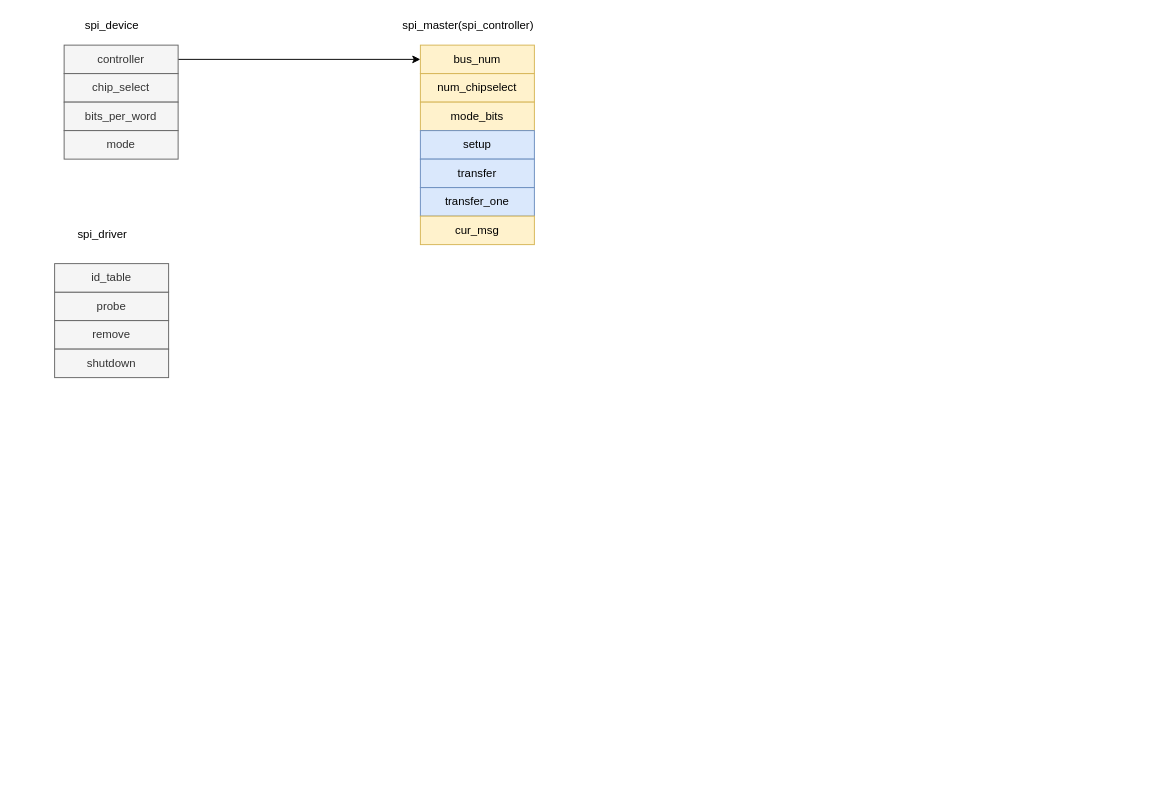
thomas-coding/drawio keeps this draw.io diagram as page "spi" (6 of 6) of virt.drawio. Above is the earlier version. Source tidied: cells renumbered, new cells numbered last; positions are measured from the earlier drawing's top-left corner, leaving out a move shared by most shapes. Both pictures are drawn from the tidied source at 95%, with x=0, y=0 at pixel (54, 16).
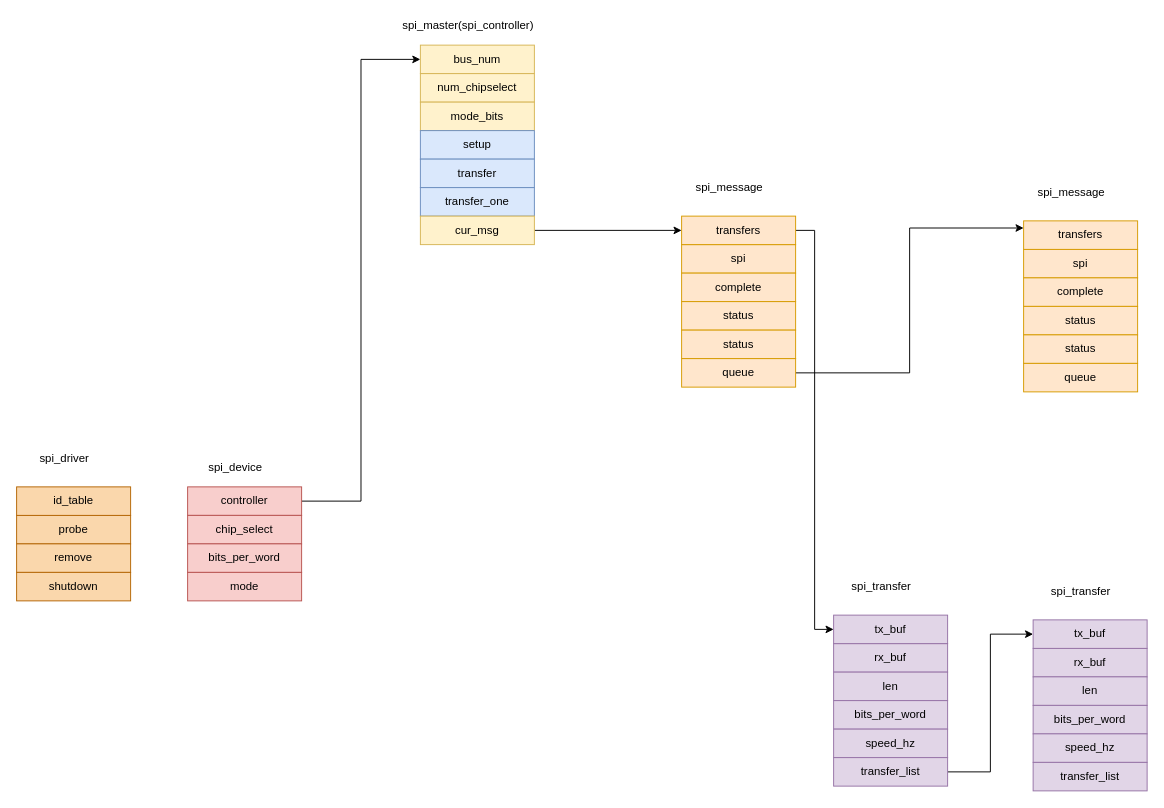
The same diagram, later.

The change refers to these unchanged cells:
```xml
<mxCell id="9" value="cur_msg" style="rounded=0;whiteSpace=wrap;html=1;fillColor=#fff2cc;strokeColor=#d6b656;" parent="1" vertex="1">
  <mxGeometry x="385" y="210" width="120" height="30" as="geometry" />
</mxCell>
```

The edit, as a diff of the source:
```diff
@@
+    <mxCell id="21" style="edgeStyle=orthogonalEdgeStyle;rounded=0;jettySize=auto;html=1;entryX=0;entryY=0.5;entryDx=0;entryDy=0;" parent="1" edge="1" source="9" target="27">
+      <mxGeometry relative="1" as="geometry" />
+    </mxCell>
@@
     <mxCell id="10" value="spi_device" style="text;html=1;align=center;verticalAlign=middle;strokeColor=none;fillColor=none;" parent="1" vertex="1">
-      <mxGeometry x="25" width="70" height="20" as="geometry" />
+      <mxGeometry x="155" y="465" width="70" height="20" as="geometry" />
     </mxCell>
@@
-    <mxCell id="12" value="controller" style="rounded=0;whiteSpace=wrap;html=1;fillColor=#f5f5f5;strokeColor=#666666;fontColor=#333333;" parent="1" vertex="1">
-      <mxGeometry x="10" y="30" width="120" height="30" as="geometry" />
+    <mxCell id="12" value="controller" style="rounded=0;whiteSpace=wrap;html=1;fillColor=#f8cecc;strokeColor=#b85450;" parent="1" vertex="1">
+      <mxGeometry x="140" y="495" width="120" height="30" as="geometry" />
     </mxCell>
-    <mxCell id="13" value="chip_select" style="rounded=0;whiteSpace=wrap;html=1;fillColor=#f5f5f5;strokeColor=#666666;fontColor=#333333;" parent="1" vertex="1">
-      <mxGeometry x="10" y="60" width="120" height="30" as="geometry" />
+    <mxCell id="13" value="chip_select" style="rounded=0;whiteSpace=wrap;html=1;fillColor=#f8cecc;strokeColor=#b85450;" parent="1" vertex="1">
+      <mxGeometry x="140" y="525" width="120" height="30" as="geometry" />
     </mxCell>
-    <mxCell id="14" value="bits_per_word" style="rounded=0;whiteSpace=wrap;html=1;fillColor=#f5f5f5;strokeColor=#666666;fontColor=#333333;" parent="1" vertex="1">
-      <mxGeometry x="10" y="90" width="120" height="30" as="geometry" />
+    <mxCell id="14" value="bits_per_word" style="rounded=0;whiteSpace=wrap;html=1;fillColor=#f8cecc;strokeColor=#b85450;" parent="1" vertex="1">
+      <mxGeometry x="140" y="555" width="120" height="30" as="geometry" />
     </mxCell>
-    <mxCell id="15" value="mode" style="rounded=0;whiteSpace=wrap;html=1;fillColor=#f5f5f5;strokeColor=#666666;fontColor=#333333;" parent="1" vertex="1">
-      <mxGeometry x="10" y="120" width="120" height="30" as="geometry" />
+    <mxCell id="15" value="mode" style="rounded=0;whiteSpace=wrap;html=1;fillColor=#f8cecc;strokeColor=#b85450;" parent="1" vertex="1">
+      <mxGeometry x="140" y="585" width="120" height="30" as="geometry" />
     </mxCell>
     <mxCell id="16" value="spi_driver" style="text;html=1;align=center;verticalAlign=middle;strokeColor=none;fillColor=none;" parent="1" vertex="1">
-      <mxGeometry x="15" y="220" width="70" height="20" as="geometry" />
+      <mxGeometry x="-25" y="455" width="70" height="20" as="geometry" />
     </mxCell>
-    <mxCell id="17" value="probe" style="rounded=0;whiteSpace=wrap;html=1;fillColor=#f5f5f5;strokeColor=#666666;fontColor=#333333;" parent="1" vertex="1">
-      <mxGeometry y="290" width="120" height="30" as="geometry" />
+    <mxCell id="17" value="probe" style="rounded=0;whiteSpace=wrap;html=1;fillColor=#fad7ac;strokeColor=#b46504;" parent="1" vertex="1">
+      <mxGeometry x="-40" y="525" width="120" height="30" as="geometry" />
     </mxCell>
-    <mxCell id="18" value="remove" style="rounded=0;whiteSpace=wrap;html=1;fillColor=#f5f5f5;strokeColor=#666666;fontColor=#333333;" parent="1" vertex="1">
-      <mxGeometry y="320" width="120" height="30" as="geometry" />
+    <mxCell id="18" value="remove" style="rounded=0;whiteSpace=wrap;html=1;fillColor=#fad7ac;strokeColor=#b46504;" parent="1" vertex="1">
+      <mxGeometry x="-40" y="555" width="120" height="30" as="geometry" />
     </mxCell>
-    <mxCell id="19" value="shutdown" style="rounded=0;whiteSpace=wrap;html=1;fillColor=#f5f5f5;strokeColor=#666666;fontColor=#333333;" parent="1" vertex="1">
-      <mxGeometry y="350" width="120" height="30" as="geometry" />
+    <mxCell id="19" value="shutdown" style="rounded=0;whiteSpace=wrap;html=1;fillColor=#fad7ac;strokeColor=#b46504;" parent="1" vertex="1">
+      <mxGeometry x="-40" y="585" width="120" height="30" as="geometry" />
     </mxCell>
-    <mxCell id="20" value="id_table" style="rounded=0;whiteSpace=wrap;html=1;fillColor=#f5f5f5;strokeColor=#666666;fontColor=#333333;" parent="1" vertex="1">
-      <mxGeometry y="260" width="120" height="30" as="geometry" />
+    <mxCell id="20" value="id_table" style="rounded=0;whiteSpace=wrap;html=1;fillColor=#fad7ac;strokeColor=#b46504;" parent="1" vertex="1">
+      <mxGeometry x="-40" y="495" width="120" height="30" as="geometry" />
     </mxCell>
+    <mxCell id="22" value="spi_message" style="text;html=1;align=center;verticalAlign=middle;strokeColor=none;fillColor=none;" parent="1" vertex="1">
+      <mxGeometry x="665" y="170" width="90" height="20" as="geometry" />
+    </mxCell>
+    <mxCell id="23" value="spi" style="rounded=0;whiteSpace=wrap;html=1;fillColor=#ffe6cc;strokeColor=#d79b00;" parent="1" vertex="1">
+      <mxGeometry x="660" y="240" width="120" height="30" as="geometry" />
+    </mxCell>
+    <mxCell id="24" value="complete" style="rounded=0;whiteSpace=wrap;html=1;fillColor=#ffe6cc;strokeColor=#d79b00;" parent="1" vertex="1">
+      <mxGeometry x="660" y="270" width="120" height="30" as="geometry" />
+    </mxCell>
+    <mxCell id="25" value="status" style="rounded=0;whiteSpace=wrap;html=1;fillColor=#ffe6cc;strokeColor=#d79b00;" parent="1" vertex="1">
+      <mxGeometry x="660" y="300" width="120" height="30" as="geometry" />
+    </mxCell>
+    <mxCell id="26" style="edgeStyle=orthogonalEdgeStyle;rounded=0;jettySize=auto;html=1;entryX=0;entryY=0.5;entryDx=0;entryDy=0;" parent="1" edge="1" source="27" target="32">
+      <mxGeometry relative="1" as="geometry" />
+    </mxCell>
+    <mxCell id="27" value="transfers" style="rounded=0;whiteSpace=wrap;html=1;fillColor=#ffe6cc;strokeColor=#d79b00;" parent="1" vertex="1">
+      <mxGeometry x="660" y="210" width="120" height="30" as="geometry" />
+    </mxCell>
+    <mxCell id="28" value="spi_transfer" style="text;html=1;align=center;verticalAlign=middle;strokeColor=none;fillColor=none;" parent="1" vertex="1">
+      <mxGeometry x="830" y="590" width="80" height="20" as="geometry" />
+    </mxCell>
+    <mxCell id="29" value="rx_buf" style="rounded=0;whiteSpace=wrap;html=1;fillColor=#e1d5e7;strokeColor=#9673a6;" parent="1" vertex="1">
+      <mxGeometry x="820" y="660" width="120" height="30" as="geometry" />
+    </mxCell>
+    <mxCell id="30" value="len" style="rounded=0;whiteSpace=wrap;html=1;fillColor=#e1d5e7;strokeColor=#9673a6;" parent="1" vertex="1">
+      <mxGeometry x="820" y="690" width="120" height="30" as="geometry" />
+    </mxCell>
+    <mxCell id="31" value="bits_per_word" style="rounded=0;whiteSpace=wrap;html=1;fillColor=#e1d5e7;strokeColor=#9673a6;" parent="1" vertex="1">
+      <mxGeometry x="820" y="720" width="120" height="30" as="geometry" />
+    </mxCell>
+    <mxCell id="32" value="tx_buf" style="rounded=0;whiteSpace=wrap;html=1;fillColor=#e1d5e7;strokeColor=#9673a6;" parent="1" vertex="1">
+      <mxGeometry x="820" y="630" width="120" height="30" as="geometry" />
+    </mxCell>
+    <mxCell id="33" value="speed_hz" style="rounded=0;whiteSpace=wrap;html=1;fillColor=#e1d5e7;strokeColor=#9673a6;" parent="1" vertex="1">
+      <mxGeometry x="820" y="750" width="120" height="30" as="geometry" />
+    </mxCell>
+    <mxCell id="34" value="status" style="rounded=0;whiteSpace=wrap;html=1;fillColor=#ffe6cc;strokeColor=#d79b00;" parent="1" vertex="1">
+      <mxGeometry x="660" y="330" width="120" height="30" as="geometry" />
+    </mxCell>
+    <mxCell id="35" style="edgeStyle=orthogonalEdgeStyle;rounded=0;jettySize=auto;html=1;entryX=0;entryY=0.25;entryDx=0;entryDy=0;" parent="1" edge="1" source="36" target="41">
+      <mxGeometry relative="1" as="geometry" />
+    </mxCell>
+    <mxCell id="36" value="queue" style="rounded=0;whiteSpace=wrap;html=1;fillColor=#ffe6cc;strokeColor=#d79b00;" parent="1" vertex="1">
+      <mxGeometry x="660" y="360" width="120" height="30" as="geometry" />
+    </mxCell>
+    <mxCell id="37" value="spi_message" style="text;html=1;align=center;verticalAlign=middle;strokeColor=none;fillColor=none;" parent="1" vertex="1">
+      <mxGeometry x="1025" y="175" width="90" height="20" as="geometry" />
+    </mxCell>
+    <mxCell id="38" value="spi" style="rounded=0;whiteSpace=wrap;html=1;fillColor=#ffe6cc;strokeColor=#d79b00;" parent="1" vertex="1">
+      <mxGeometry x="1020" y="245" width="120" height="30" as="geometry" />
+    </mxCell>
+    <mxCell id="39" value="complete" style="rounded=0;whiteSpace=wrap;html=1;fillColor=#ffe6cc;strokeColor=#d79b00;" parent="1" vertex="1">
+      <mxGeometry x="1020" y="275" width="120" height="30" as="geometry" />
+    </mxCell>
+    <mxCell id="40" value="status" style="rounded=0;whiteSpace=wrap;html=1;fillColor=#ffe6cc;strokeColor=#d79b00;" parent="1" vertex="1">
+      <mxGeometry x="1020" y="305" width="120" height="30" as="geometry" />
+    </mxCell>
+    <mxCell id="41" value="transfers" style="rounded=0;whiteSpace=wrap;html=1;fillColor=#ffe6cc;strokeColor=#d79b00;" parent="1" vertex="1">
+      <mxGeometry x="1020" y="215" width="120" height="30" as="geometry" />
+    </mxCell>
+    <mxCell id="42" value="status" style="rounded=0;whiteSpace=wrap;html=1;fillColor=#ffe6cc;strokeColor=#d79b00;" parent="1" vertex="1">
+      <mxGeometry x="1020" y="335" width="120" height="30" as="geometry" />
+    </mxCell>
+    <mxCell id="43" value="queue" style="rounded=0;whiteSpace=wrap;html=1;fillColor=#ffe6cc;strokeColor=#d79b00;" parent="1" vertex="1">
+      <mxGeometry x="1020" y="365" width="120" height="30" as="geometry" />
+    </mxCell>
+    <mxCell id="44" style="edgeStyle=orthogonalEdgeStyle;rounded=0;jettySize=auto;html=1;entryX=0;entryY=0.5;entryDx=0;entryDy=0;" parent="1" edge="1" source="45" target="50">
+      <mxGeometry relative="1" as="geometry" />
+    </mxCell>
+    <mxCell id="45" value="transfer_list" style="rounded=0;whiteSpace=wrap;html=1;fillColor=#e1d5e7;strokeColor=#9673a6;" parent="1" vertex="1">
+      <mxGeometry x="820" y="780" width="120" height="30" as="geometry" />
+    </mxCell>
+    <mxCell id="46" value="spi_transfer" style="text;html=1;align=center;verticalAlign=middle;strokeColor=none;fillColor=none;" parent="1" vertex="1">
+      <mxGeometry x="1040" y="595" width="80" height="20" as="geometry" />
+    </mxCell>
+    <mxCell id="47" value="rx_buf" style="rounded=0;whiteSpace=wrap;html=1;fillColor=#e1d5e7;strokeColor=#9673a6;" parent="1" vertex="1">
+      <mxGeometry x="1030" y="665" width="120" height="30" as="geometry" />
+    </mxCell>
+    <mxCell id="48" value="len" style="rounded=0;whiteSpace=wrap;html=1;fillColor=#e1d5e7;strokeColor=#9673a6;" parent="1" vertex="1">
+      <mxGeometry x="1030" y="695" width="120" height="30" as="geometry" />
+    </mxCell>
+    <mxCell id="49" value="bits_per_word" style="rounded=0;whiteSpace=wrap;html=1;fillColor=#e1d5e7;strokeColor=#9673a6;" parent="1" vertex="1">
+      <mxGeometry x="1030" y="725" width="120" height="30" as="geometry" />
+    </mxCell>
+    <mxCell id="50" value="tx_buf" style="rounded=0;whiteSpace=wrap;html=1;fillColor=#e1d5e7;strokeColor=#9673a6;" parent="1" vertex="1">
+      <mxGeometry x="1030" y="635" width="120" height="30" as="geometry" />
+    </mxCell>
+    <mxCell id="51" value="speed_hz" style="rounded=0;whiteSpace=wrap;html=1;fillColor=#e1d5e7;strokeColor=#9673a6;" parent="1" vertex="1">
+      <mxGeometry x="1030" y="755" width="120" height="30" as="geometry" />
+    </mxCell>
+    <mxCell id="52" value="transfer_list" style="rounded=0;whiteSpace=wrap;html=1;fillColor=#e1d5e7;strokeColor=#9673a6;" parent="1" vertex="1">
+      <mxGeometry x="1030" y="785" width="120" height="30" as="geometry" />
+    </mxCell>
```
